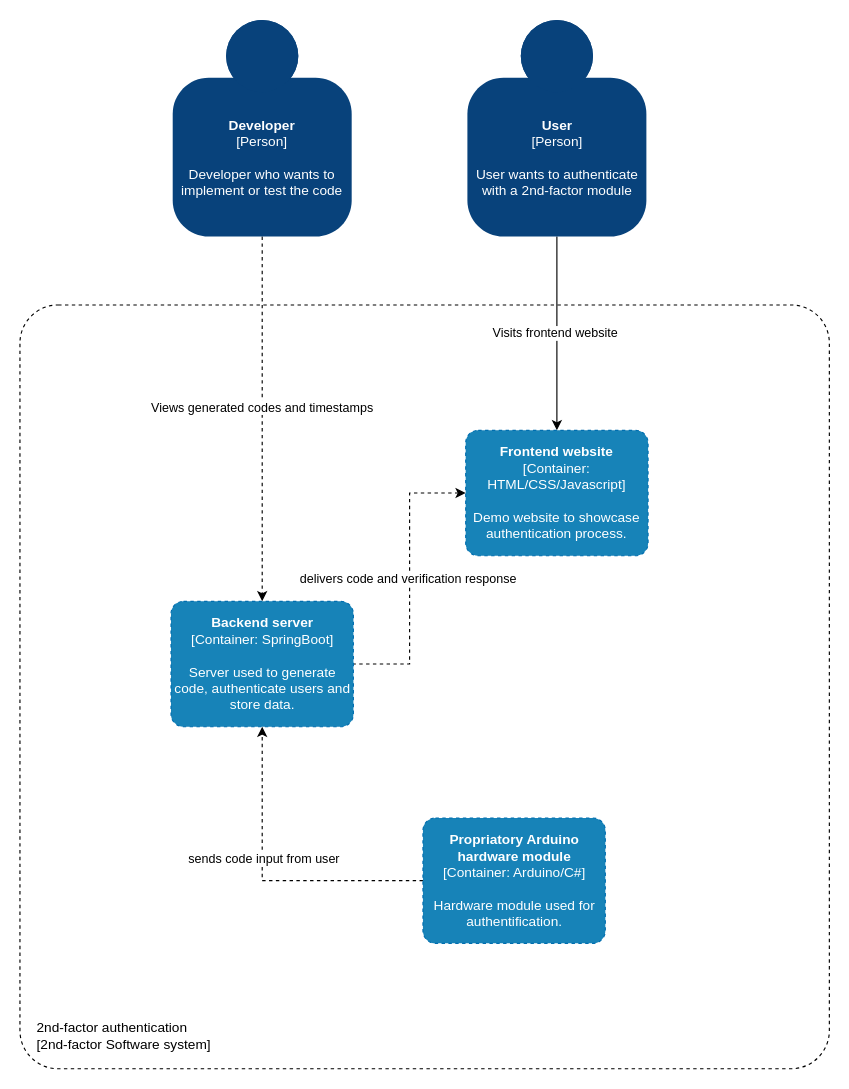
2nd-factor/docs keeps this draw.io diagram as page "Page-1" (1 of 2) of 2nd-factor-c4model.drawio. Above is the earlier version. Source tidied: cells renumbered, new cells numbered last; positions are measured from the earlier drawing's top-left corner, leaving out a move shared by most shapes. Both pictures are drawn from the tidied source at 114%, with x=0, y=0 at pixel (19, 19).
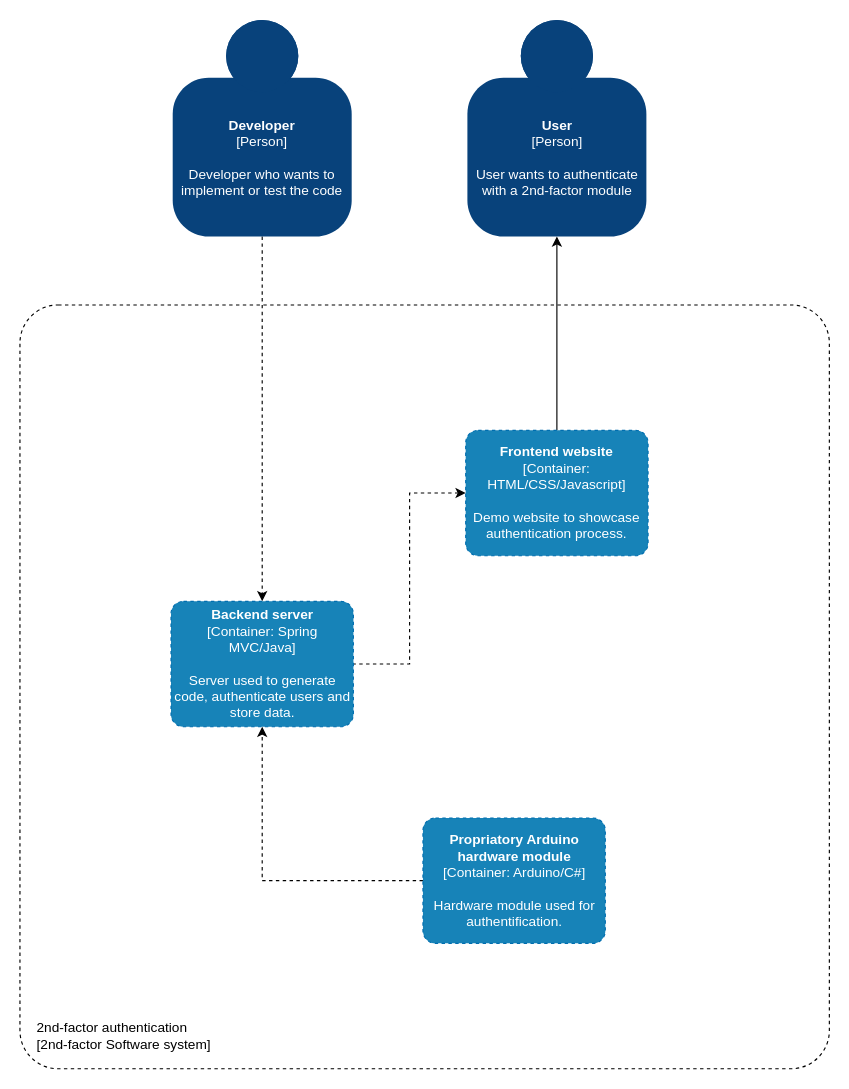
The same page after the edit.

Diff of the diagram source:
```diff
@@
 <mxGraphModel>
   <root>
     <mxCell id="0" />
     <mxCell id="1" parent="0" />
     <object id="2" label="&lt;div style=&quot;text-align: left&quot;&gt;%c4Name%&lt;/div&gt;&lt;div style=&quot;text-align: left&quot;&gt;[%c4OperationSystem%]&lt;/div&gt;&lt;div style=&quot;text-align: right&quot;&gt;%c4ScalingFactor%&lt;/div&gt;" c4Name="2nd-factor authentication" c4OperationSystem="2nd-factor Software system" c4ScalingFactor="" placeholders="1">
       <mxCell style="rounded=1;whiteSpace=wrap;html=1;labelBackgroundColor=none;fillColor=#ffffff;fontColor=#000000;align=left;arcSize=5;strokeColor=#000000;verticalAlign=bottom;metaData={&quot;c4Type&quot;:{&quot;editable&quot;:false}};dashed=1;spacingRight=4;spacingLeft=13;spacingBottom=12;" parent="1" vertex="1">
         <mxGeometry y="250" width="710" height="670" as="geometry" />
       </mxCell>
     </object>
-    <mxCell id="3" value="Visits frontend website&amp;nbsp;" style="edgeStyle=orthogonalEdgeStyle;rounded=0;jettySize=auto;html=1;entryX=0.5;entryY=0;entryDx=0;entryDy=0;entryPerimeter=0;startArrow=none;startFill=0;endArrow=classic;endFill=1;" parent="1" edge="1" source="4" target="9">
+    <mxCell id="3" style="edgeStyle=orthogonalEdgeStyle;rounded=0;jettySize=auto;html=1;entryX=0.5;entryY=0;entryDx=0;entryDy=0;entryPerimeter=0;startArrow=classic;startFill=1;endArrow=none;endFill=0;" parent="1" edge="1" source="4" target="9">
       <mxGeometry relative="1" as="geometry" />
     </mxCell>
     <object id="4" label="&lt;b&gt;%c4Name%&lt;/b&gt;&lt;div&gt;[%c4Type%]&lt;/div&gt;&lt;br&gt;&lt;div&gt;%c4Description%&lt;/div&gt;" c4Description="User wants to authenticate with a 2nd-factor module" c4Name="User" c4Type="Person" placeholders="1">
       <mxCell style="html=1;dashed=0;whitespace=wrap;fillColor=#08427b;strokeColor=none;fontColor=#ffffff;shape=mxgraph.c4.person;align=center;points=[[0.5,0,0],[1,0.5,0],[1,0.75,0],[0.75,1,0],[0.5,1,0],[0.25,1,0],[0,0.75,0],[0,0.5,0]];metaData={&quot;c4Type&quot;:{&quot;editable&quot;:false}};whiteSpace=wrap;" parent="1" vertex="1">
         <mxGeometry x="392.5" width="157" height="190" as="geometry" />
       </mxCell>
     </object>
     <mxCell id="5" style="edgeStyle=orthogonalEdgeStyle;rounded=0;jettySize=auto;html=1;entryX=0.5;entryY=0;entryDx=0;entryDy=0;entryPerimeter=0;dashed=1;startArrow=none;startFill=0;endArrow=classic;endFill=1;" parent="1" edge="1" source="7" target="13">
       <mxGeometry relative="1" as="geometry" />
     </mxCell>
-    <mxCell id="6" value="Views generated codes and timestamps&amp;nbsp;" style="edgeLabel;html=1;align=center;verticalAlign=middle;" parent="5" vertex="1">
-      <mxGeometry x="-0.07" y="1" relative="1" as="geometry" />
-    </mxCell>
     <object id="7" label="&lt;b&gt;%c4Name%&lt;/b&gt;&lt;div&gt;[%c4Type%]&lt;/div&gt;&lt;br&gt;&lt;div&gt;%c4Description%&lt;/div&gt;" c4Description="Developer who wants to implement or test the code" c4Name="Developer" c4Type="Person" placeholders="1">
       <mxCell style="html=1;dashed=0;whitespace=wrap;fillColor=#08427b;strokeColor=none;fontColor=#ffffff;shape=mxgraph.c4.person;align=center;points=[[0.5,0,0],[1,0.5,0],[1,0.75,0],[0.75,1,0],[0.5,1,0],[0.25,1,0],[0,0.75,0],[0,0.5,0]];metaData={&quot;c4Type&quot;:{&quot;editable&quot;:false}};whiteSpace=wrap;" parent="1" vertex="1">
         <mxGeometry x="134" width="157" height="190" as="geometry" />
       </mxCell>
     </object>
-    <mxCell id="8" value="delivers code and verification response&amp;nbsp;" style="edgeStyle=orthogonalEdgeStyle;rounded=0;jettySize=auto;html=1;entryX=1;entryY=0.5;entryDx=0;entryDy=0;entryPerimeter=0;startArrow=classic;startFill=1;endArrow=none;endFill=0;dashed=1;" parent="1" edge="1" source="9" target="13">
+    <mxCell id="8" style="edgeStyle=orthogonalEdgeStyle;rounded=0;jettySize=auto;html=1;entryX=1;entryY=0.5;entryDx=0;entryDy=0;entryPerimeter=0;startArrow=classic;startFill=1;endArrow=none;endFill=0;dashed=1;" parent="1" edge="1" source="9" target="13">
       <mxGeometry relative="1" as="geometry" />
     </mxCell>
     <object id="9" label="&lt;b&gt;%c4Name%&lt;/b&gt;&lt;div&gt;[%c4Type%: %c4Technology%]&lt;/div&gt;&lt;br&gt;&lt;div&gt;%c4Description%&lt;/div&gt;" c4Description="Demo website to showcase authentication process. " c4Name="Frontend website" c4Technology="HTML/CSS/Javascript" c4Type="Container" placeholders="1">
       <mxCell style="rounded=1;whiteSpace=wrap;html=1;labelBackgroundColor=none;fontColor=#ffffff;align=center;arcSize=10;strokeColor=#006EAF;metaData={&quot;c4Type&quot;:{&quot;editable&quot;:false}};points=[[0.25,0,0],[0.5,0,0],[0.75,0,0],[1,0.25,0],[1,0.5,0],[1,0.75,0],[0.75,1,0],[0.5,1,0],[0.25,1,0],[0,0.75,0],[0,0.5,0],[0,0.25,0]];dashed=1;fillColor=#1783B8;" parent="1" vertex="1">
         <mxGeometry x="391" y="360" width="160" height="110" as="geometry" />
       </mxCell>
     </object>
     <mxCell id="10" style="edgeStyle=orthogonalEdgeStyle;rounded=0;jettySize=auto;html=1;entryX=0.5;entryY=1;entryDx=0;entryDy=0;entryPerimeter=0;dashed=1;startArrow=none;startFill=0;endArrow=classic;endFill=1;" parent="1" edge="1" source="12" target="13">
       <mxGeometry relative="1" as="geometry" />
     </mxCell>
-    <mxCell id="11" value="sends code input from user" style="edgeLabel;html=1;align=center;verticalAlign=middle;" parent="10" vertex="1">
-      <mxGeometry x="0.17" y="-1" relative="1" as="geometry" />
-    </mxCell>
     <object id="12" label="&lt;b&gt;%c4Name%&lt;/b&gt;&lt;div&gt;[%c4Type%: %c4Technology%]&lt;/div&gt;&lt;br&gt;&lt;div&gt;%c4Description%&lt;/div&gt;" c4Description="Hardware module used for authentification." c4Name="Propriatory Arduino hardware module" c4Technology="Arduino/C#" c4Type="Container" placeholders="1">
       <mxCell style="rounded=1;whiteSpace=wrap;html=1;labelBackgroundColor=none;fontColor=#ffffff;align=center;arcSize=10;strokeColor=#006EAF;metaData={&quot;c4Type&quot;:{&quot;editable&quot;:false}};points=[[0.25,0,0],[0.5,0,0],[0.75,0,0],[1,0.25,0],[1,0.5,0],[1,0.75,0],[0.75,1,0],[0.5,1,0],[0.25,1,0],[0,0.75,0],[0,0.5,0],[0,0.25,0]];dashed=1;fillColor=#1783B8;" parent="1" vertex="1">
         <mxGeometry x="353.5" y="700" width="160" height="110" as="geometry" />
       </mxCell>
     </object>
-    <object id="13" label="&lt;b&gt;%c4Name%&lt;/b&gt;&lt;div&gt;[%c4Type%: %c4Technology%]&lt;/div&gt;&lt;br&gt;&lt;div&gt;%c4Description%&lt;/div&gt;" c4Description="Server used to generate code, authenticate users and store data. " c4Name="Backend server" c4Technology="SpringBoot" c4Type="Container" placeholders="1">
+    <object id="13" label="&lt;b&gt;%c4Name%&lt;/b&gt;&lt;div&gt;[%c4Type%: %c4Technology%]&lt;/div&gt;&lt;br&gt;&lt;div&gt;%c4Description%&lt;/div&gt;" c4Description="Server used to generate code, authenticate users and store data. " c4Name="Backend server" c4Technology="Spring MVC/Java" c4Type="Container" placeholders="1">
       <mxCell style="rounded=1;whiteSpace=wrap;html=1;labelBackgroundColor=none;fontColor=#ffffff;align=center;arcSize=10;strokeColor=#006EAF;metaData={&quot;c4Type&quot;:{&quot;editable&quot;:false}};points=[[0.25,0,0],[0.5,0,0],[0.75,0,0],[1,0.25,0],[1,0.5,0],[1,0.75,0],[0.75,1,0],[0.5,1,0],[0.25,1,0],[0,0.75,0],[0,0.5,0],[0,0.25,0]];dashed=1;fillColor=#1783B8;" parent="1" vertex="1">
         <mxGeometry x="132.5" y="510" width="160" height="110" as="geometry" />
       </mxCell>
     </object>
   </root>
 </mxGraphModel>
```
